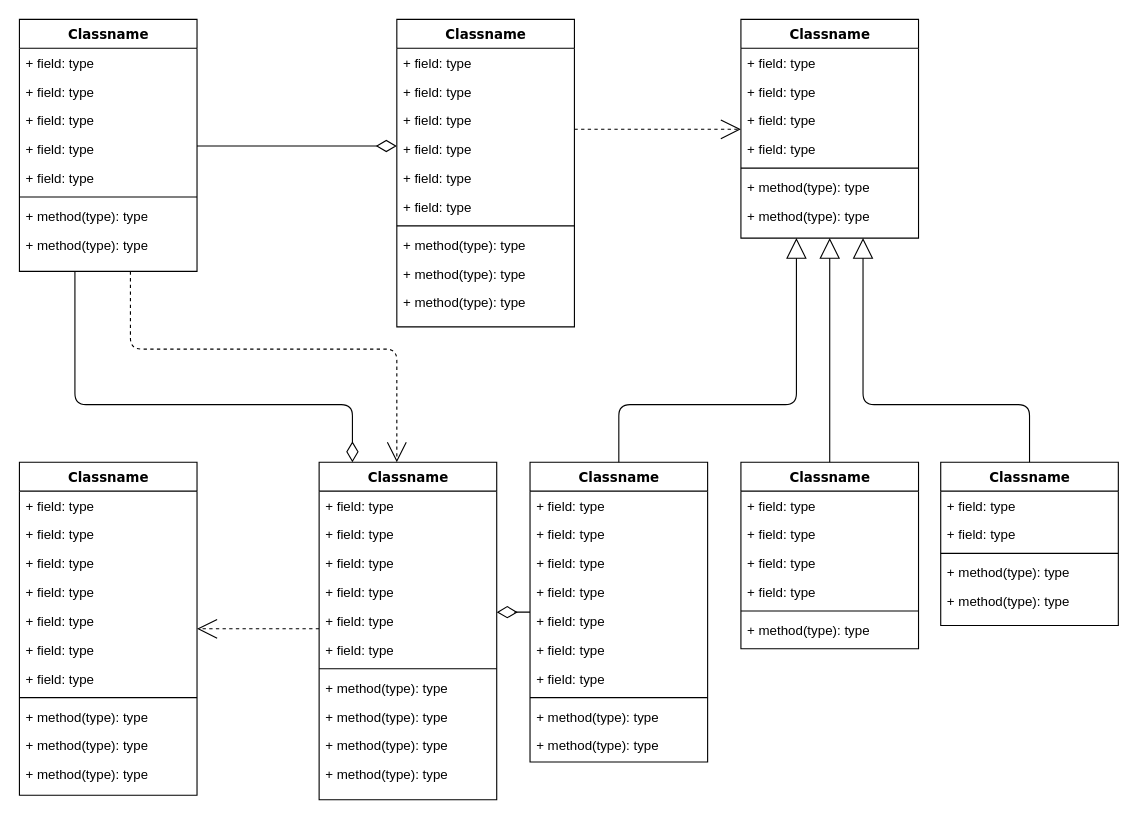
Above: page "Erpnext" (1 of 7) of erpnext/InSIST Insurance ERDiagram.drawio in InSIST-Global-Ltd/erpnext (draw.io), before the change. Source tidied: cells renumbered, new cells numbered last; positions are measured from the earlier drawing's top-left corner, leaving out a move shared by most shapes. Both pictures are drawn from the tidied source at 111%, with x=0, y=0 at pixel (19, 19).
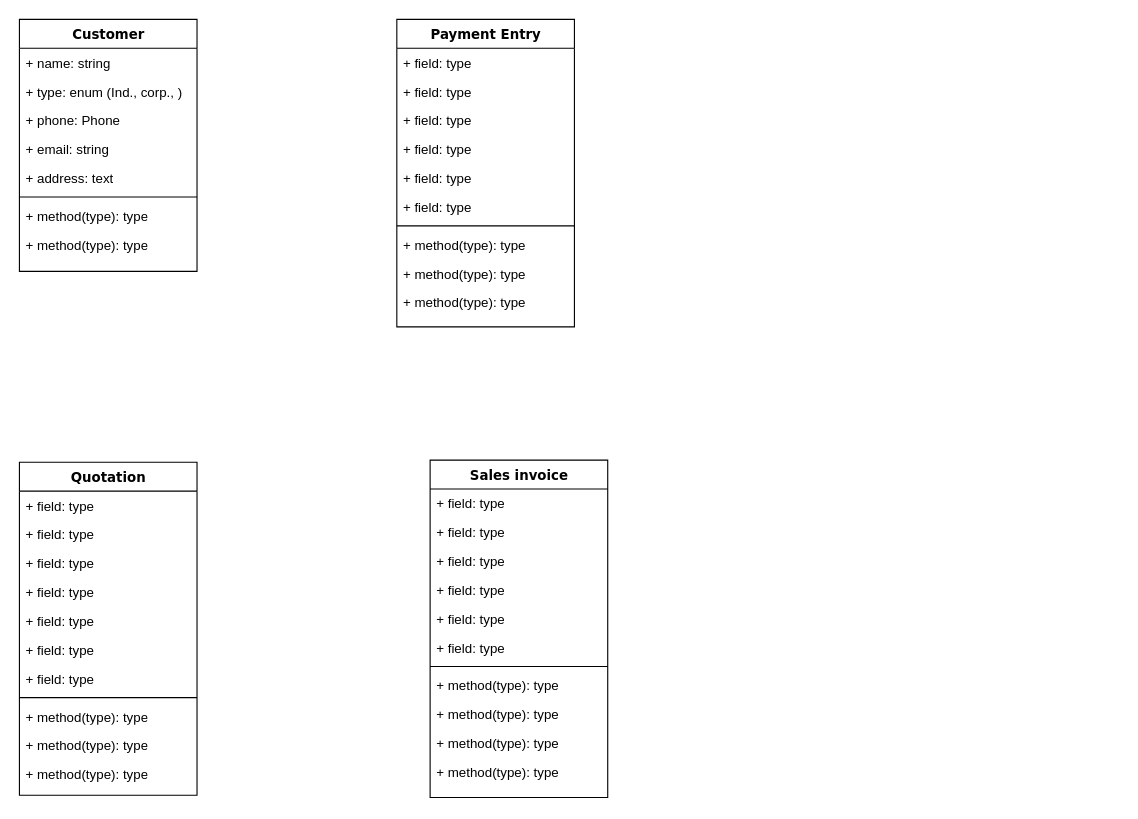
The same page after the edit.

Diff of the diagram source:
```diff
@@
-    <mxCell id="2" style="edgeStyle=orthogonalEdgeStyle;html=1;labelBackgroundColor=none;startFill=0;startSize=8;endArrow=open;endFill=0;endSize=16;fontFamily=Verdana;fontSize=12;dashed=1;" parent="1" edge="1" source="4" target="47">
-      <mxGeometry relative="1" as="geometry">
-        <Array as="points">
-          <mxPoint x="100" y="297" />
-          <mxPoint x="340" y="297" />
-        </Array>
-      </mxGeometry>
-    </mxCell>
-    <mxCell id="3" style="edgeStyle=orthogonalEdgeStyle;html=1;labelBackgroundColor=none;startFill=0;startSize=8;endArrow=diamondThin;endFill=0;endSize=16;fontFamily=Verdana;fontSize=12;" parent="1" edge="1" source="4" target="47">
-      <mxGeometry relative="1" as="geometry">
-        <Array as="points">
-          <mxPoint x="50" y="347" />
-          <mxPoint x="300" y="347" />
-        </Array>
-      </mxGeometry>
-    </mxCell>
-    <mxCell id="4" value="Classname" style="swimlane;html=1;fontStyle=1;align=center;verticalAlign=top;horizontal=1;startSize=26;swimlaneFillColor=#ffffff;rounded=0;shadow=0;comic=0;labelBackgroundColor=none;strokeWidth=1;fillColor=none;fontFamily=Verdana;fontSize=12;" parent="1" vertex="1">
+    <mxCell id="4" value="Customer" style="swimlane;html=1;fontStyle=1;align=center;verticalAlign=top;horizontal=1;startSize=26;swimlaneFillColor=#ffffff;rounded=0;shadow=0;comic=0;labelBackgroundColor=none;strokeWidth=1;fillColor=none;fontFamily=Verdana;fontSize=12;" parent="1" vertex="1">
       <mxGeometry width="160" height="227" as="geometry" />
     </mxCell>
-    <mxCell id="5" value="+ field: type" style="text;html=1;strokeColor=none;fillColor=none;align=left;verticalAlign=top;spacingLeft=4;spacingRight=4;whiteSpace=wrap;overflow=hidden;" parent="4" vertex="1">
+    <mxCell id="5" value="+ name: string" style="text;html=1;strokeColor=none;fillColor=none;align=left;verticalAlign=top;spacingLeft=4;spacingRight=4;whiteSpace=wrap;overflow=hidden;" parent="4" vertex="1">
       <mxGeometry y="26" width="160" height="26" as="geometry" />
     </mxCell>
-    <mxCell id="6" value="+ field: type" style="text;html=1;strokeColor=none;fillColor=none;align=left;verticalAlign=top;spacingLeft=4;spacingRight=4;whiteSpace=wrap;overflow=hidden;" parent="4" vertex="1">
+    <mxCell id="6" value="+ type: enum (Ind., corp., )" style="text;html=1;strokeColor=none;fillColor=none;align=left;verticalAlign=top;spacingLeft=4;spacingRight=4;whiteSpace=wrap;overflow=hidden;" parent="4" vertex="1">
       <mxGeometry y="52" width="160" height="26" as="geometry" />
     </mxCell>
-    <mxCell id="7" value="+ field: type" style="text;html=1;strokeColor=none;fillColor=none;align=left;verticalAlign=top;spacingLeft=4;spacingRight=4;whiteSpace=wrap;overflow=hidden;" parent="4" vertex="1">
+    <mxCell id="7" value="+ phone: Phone" style="text;html=1;strokeColor=none;fillColor=none;align=left;verticalAlign=top;spacingLeft=4;spacingRight=4;whiteSpace=wrap;overflow=hidden;" parent="4" vertex="1">
       <mxGeometry y="78" width="160" height="26" as="geometry" />
     </mxCell>
-    <mxCell id="8" value="+ field: type" style="text;html=1;strokeColor=none;fillColor=none;align=left;verticalAlign=top;spacingLeft=4;spacingRight=4;whiteSpace=wrap;overflow=hidden;" parent="4" vertex="1">
+    <mxCell id="8" value="+ email: string" style="text;html=1;strokeColor=none;fillColor=none;align=left;verticalAlign=top;spacingLeft=4;spacingRight=4;whiteSpace=wrap;overflow=hidden;" parent="4" vertex="1">
       <mxGeometry y="104" width="160" height="26" as="geometry" />
     </mxCell>
-    <mxCell id="9" value="+ field: type" style="text;html=1;strokeColor=none;fillColor=none;align=left;verticalAlign=top;spacingLeft=4;spacingRight=4;whiteSpace=wrap;overflow=hidden;" parent="4" vertex="1">
+    <mxCell id="9" value="+ address: text" style="text;html=1;strokeColor=none;fillColor=none;align=left;verticalAlign=top;spacingLeft=4;spacingRight=4;whiteSpace=wrap;overflow=hidden;" parent="4" vertex="1">
       <mxGeometry y="130" width="160" height="26" as="geometry" />
     </mxCell>
@@
-    <mxCell id="13" style="edgeStyle=elbowEdgeStyle;html=1;labelBackgroundColor=none;startFill=0;startSize=8;endArrow=open;endFill=0;endSize=16;fontFamily=Verdana;fontSize=12;elbow=vertical;dashed=1;" parent="1" edge="1" source="14" target="25">
-      <mxGeometry relative="1" as="geometry" />
-    </mxCell>
-    <mxCell id="14" value="Classname" style="swimlane;html=1;fontStyle=1;align=center;verticalAlign=top;horizontal=1;startSize=26;swimlaneFillColor=#ffffff;rounded=0;shadow=0;comic=0;labelBackgroundColor=none;strokeWidth=1;fillColor=none;fontFamily=Verdana;fontSize=12;" parent="1" vertex="1">
+    <mxCell id="14" value="Payment Entry" style="swimlane;html=1;fontStyle=1;align=center;verticalAlign=top;horizontal=1;startSize=26;swimlaneFillColor=#ffffff;rounded=0;shadow=0;comic=0;labelBackgroundColor=none;strokeWidth=1;fillColor=none;fontFamily=Verdana;fontSize=12;" parent="1" vertex="1">
       <mxGeometry x="340" width="160" height="277" as="geometry" />
     </mxCell>
@@
-    <mxCell id="25" value="Classname" style="swimlane;html=1;fontStyle=1;align=center;verticalAlign=top;horizontal=1;startSize=26;swimlaneFillColor=#ffffff;rounded=0;shadow=0;comic=0;labelBackgroundColor=none;strokeWidth=1;fillColor=none;fontFamily=Verdana;fontSize=12;" parent="1" vertex="1">
-      <mxGeometry x="650" width="160" height="197" as="geometry" />
-    </mxCell>
-    <mxCell id="26" value="+ field: type" style="text;html=1;strokeColor=none;fillColor=none;align=left;verticalAlign=top;spacingLeft=4;spacingRight=4;whiteSpace=wrap;overflow=hidden;" parent="25" vertex="1">
-      <mxGeometry y="26" width="160" height="26" as="geometry" />
-    </mxCell>
-    <mxCell id="27" value="+ field: type" style="text;html=1;strokeColor=none;fillColor=none;align=left;verticalAlign=top;spacingLeft=4;spacingRight=4;whiteSpace=wrap;overflow=hidden;" parent="25" vertex="1">
-      <mxGeometry y="52" width="160" height="26" as="geometry" />
-    </mxCell>
-    <mxCell id="28" value="+ field: type" style="text;html=1;strokeColor=none;fillColor=none;align=left;verticalAlign=top;spacingLeft=4;spacingRight=4;whiteSpace=wrap;overflow=hidden;" parent="25" vertex="1">
-      <mxGeometry y="78" width="160" height="26" as="geometry" />
-    </mxCell>
-    <mxCell id="29" value="+ field: type" style="text;html=1;strokeColor=none;fillColor=none;align=left;verticalAlign=top;spacingLeft=4;spacingRight=4;whiteSpace=wrap;overflow=hidden;" parent="25" vertex="1">
-      <mxGeometry y="104" width="160" height="26" as="geometry" />
-    </mxCell>
-    <mxCell id="30" style="line;html=1;strokeWidth=1;fillColor=none;align=left;verticalAlign=middle;spacingTop=-1;spacingLeft=3;spacingRight=3;labelPosition=right;" parent="25" vertex="1">
-      <mxGeometry y="130" width="160" height="8" as="geometry" />
-    </mxCell>
-    <mxCell id="31" value="+ method(type): type" style="text;html=1;strokeColor=none;fillColor=none;align=left;verticalAlign=top;spacingLeft=4;spacingRight=4;whiteSpace=wrap;overflow=hidden;" parent="25" vertex="1">
-      <mxGeometry y="138" width="160" height="26" as="geometry" />
-    </mxCell>
-    <mxCell id="32" value="+ method(type): type" style="text;html=1;strokeColor=none;fillColor=none;align=left;verticalAlign=top;spacingLeft=4;spacingRight=4;whiteSpace=wrap;overflow=hidden;" parent="25" vertex="1">
-      <mxGeometry y="164" width="160" height="26" as="geometry" />
-    </mxCell>
-    <mxCell id="33" style="edgeStyle=elbowEdgeStyle;html=1;labelBackgroundColor=none;startFill=0;startSize=8;endArrow=open;endFill=0;endSize=16;fontFamily=Verdana;fontSize=12;elbow=vertical;dashed=1;" parent="1" edge="1" source="47" target="34">
-      <mxGeometry relative="1" as="geometry" />
-    </mxCell>
-    <mxCell id="34" value="Classname" style="swimlane;html=1;fontStyle=1;align=center;verticalAlign=top;horizontal=1;startSize=26;swimlaneFillColor=#ffffff;rounded=0;shadow=0;comic=0;labelBackgroundColor=none;strokeWidth=1;fillColor=none;fontFamily=Verdana;fontSize=12;" parent="1" vertex="1">
+    <mxCell id="34" value="Quotation" style="swimlane;html=1;fontStyle=1;align=center;verticalAlign=top;horizontal=1;startSize=26;swimlaneFillColor=#ffffff;rounded=0;shadow=0;comic=0;labelBackgroundColor=none;strokeWidth=1;fillColor=none;fontFamily=Verdana;fontSize=12;" parent="1" vertex="1">
       <mxGeometry y="399" width="160" height="300" as="geometry" />
     </mxCell>
@@
-    <mxCell id="46" style="edgeStyle=elbowEdgeStyle;html=1;labelBackgroundColor=none;startFill=0;startSize=8;endArrow=diamondThin;endFill=0;endSize=16;fontFamily=Verdana;fontSize=12;elbow=vertical;" parent="1" edge="1" source="60" target="47">
-      <mxGeometry relative="1" as="geometry" />
-    </mxCell>
-    <mxCell id="47" value="Classname" style="swimlane;html=1;fontStyle=1;align=center;verticalAlign=top;horizontal=1;startSize=26;swimlaneFillColor=#ffffff;rounded=0;shadow=0;comic=0;labelBackgroundColor=none;strokeWidth=1;fillColor=none;fontFamily=Verdana;fontSize=12;" parent="1" vertex="1">
-      <mxGeometry x="270" y="399" width="160" height="304" as="geometry" />
+    <mxCell id="47" value="Sales invoice" style="swimlane;html=1;fontStyle=1;align=center;verticalAlign=top;horizontal=1;startSize=26;swimlaneFillColor=#ffffff;rounded=0;shadow=0;comic=0;labelBackgroundColor=none;strokeWidth=1;fillColor=none;fontFamily=Verdana;fontSize=12;" parent="1" vertex="1">
+      <mxGeometry x="370" y="397" width="160" height="304" as="geometry" />
     </mxCell>
@@
-    <mxCell id="59" style="edgeStyle=orthogonalEdgeStyle;html=1;labelBackgroundColor=none;startFill=0;startSize=8;endArrow=block;endFill=0;endSize=16;fontFamily=Verdana;fontSize=12;" parent="1" edge="1" source="60" target="25">
-      <mxGeometry relative="1" as="geometry">
-        <Array as="points">
-          <mxPoint x="540" y="347" />
-          <mxPoint x="700" y="347" />
-        </Array>
-      </mxGeometry>
-    </mxCell>
-    <mxCell id="60" value="Classname" style="swimlane;html=1;fontStyle=1;align=center;verticalAlign=top;horizontal=1;startSize=26;swimlaneFillColor=#ffffff;rounded=0;shadow=0;comic=0;labelBackgroundColor=none;strokeWidth=1;fillColor=none;fontFamily=Verdana;fontSize=12;" parent="1" vertex="1">
-      <mxGeometry x="460" y="399" width="160" height="270" as="geometry" />
-    </mxCell>
-    <mxCell id="61" value="+ field: type" style="text;html=1;strokeColor=none;fillColor=none;align=left;verticalAlign=top;spacingLeft=4;spacingRight=4;whiteSpace=wrap;overflow=hidden;" parent="60" vertex="1">
-      <mxGeometry y="26" width="160" height="26" as="geometry" />
-    </mxCell>
-    <mxCell id="62" value="+ field: type" style="text;html=1;strokeColor=none;fillColor=none;align=left;verticalAlign=top;spacingLeft=4;spacingRight=4;whiteSpace=wrap;overflow=hidden;" parent="60" vertex="1">
-      <mxGeometry y="52" width="160" height="26" as="geometry" />
-    </mxCell>
-    <mxCell id="63" value="+ field: type" style="text;html=1;strokeColor=none;fillColor=none;align=left;verticalAlign=top;spacingLeft=4;spacingRight=4;whiteSpace=wrap;overflow=hidden;" parent="60" vertex="1">
-      <mxGeometry y="78" width="160" height="26" as="geometry" />
-    </mxCell>
-    <mxCell id="64" value="+ field: type" style="text;html=1;strokeColor=none;fillColor=none;align=left;verticalAlign=top;spacingLeft=4;spacingRight=4;whiteSpace=wrap;overflow=hidden;" parent="60" vertex="1">
-      <mxGeometry y="104" width="160" height="26" as="geometry" />
-    </mxCell>
-    <mxCell id="65" value="+ field: type" style="text;html=1;strokeColor=none;fillColor=none;align=left;verticalAlign=top;spacingLeft=4;spacingRight=4;whiteSpace=wrap;overflow=hidden;" parent="60" vertex="1">
-      <mxGeometry y="130" width="160" height="26" as="geometry" />
-    </mxCell>
-    <mxCell id="66" value="+ field: type" style="text;html=1;strokeColor=none;fillColor=none;align=left;verticalAlign=top;spacingLeft=4;spacingRight=4;whiteSpace=wrap;overflow=hidden;" parent="60" vertex="1">
-      <mxGeometry y="156" width="160" height="26" as="geometry" />
-    </mxCell>
-    <mxCell id="67" value="+ field: type" style="text;html=1;strokeColor=none;fillColor=none;align=left;verticalAlign=top;spacingLeft=4;spacingRight=4;whiteSpace=wrap;overflow=hidden;" parent="60" vertex="1">
-      <mxGeometry y="182" width="160" height="26" as="geometry" />
-    </mxCell>
-    <mxCell id="68" style="line;html=1;strokeWidth=1;fillColor=none;align=left;verticalAlign=middle;spacingTop=-1;spacingLeft=3;spacingRight=3;labelPosition=right;" parent="60" vertex="1">
-      <mxGeometry y="208" width="160" height="8" as="geometry" />
-    </mxCell>
-    <mxCell id="69" value="+ method(type): type" style="text;html=1;strokeColor=none;fillColor=none;align=left;verticalAlign=top;spacingLeft=4;spacingRight=4;whiteSpace=wrap;overflow=hidden;" parent="60" vertex="1">
-      <mxGeometry y="216" width="160" height="26" as="geometry" />
-    </mxCell>
-    <mxCell id="70" value="+ method(type): type" style="text;html=1;strokeColor=none;fillColor=none;align=left;verticalAlign=top;spacingLeft=4;spacingRight=4;whiteSpace=wrap;overflow=hidden;" parent="60" vertex="1">
-      <mxGeometry y="242" width="160" height="26" as="geometry" />
-    </mxCell>
-    <mxCell id="71" style="edgeStyle=orthogonalEdgeStyle;html=1;labelBackgroundColor=none;startFill=0;startSize=8;endArrow=block;endFill=0;endSize=16;fontFamily=Verdana;fontSize=12;" parent="1" edge="1" source="72" target="25">
-      <mxGeometry relative="1" as="geometry" />
-    </mxCell>
-    <mxCell id="72" value="Classname" style="swimlane;html=1;fontStyle=1;align=center;verticalAlign=top;horizontal=1;startSize=26;swimlaneFillColor=#ffffff;rounded=0;shadow=0;comic=0;labelBackgroundColor=none;strokeWidth=1;fillColor=none;fontFamily=Verdana;fontSize=12;" parent="1" vertex="1">
-      <mxGeometry x="650" y="399" width="160" height="168" as="geometry" />
-    </mxCell>
-    <mxCell id="73" value="+ field: type" style="text;html=1;strokeColor=none;fillColor=none;align=left;verticalAlign=top;spacingLeft=4;spacingRight=4;whiteSpace=wrap;overflow=hidden;" parent="72" vertex="1">
-      <mxGeometry y="26" width="160" height="26" as="geometry" />
-    </mxCell>
-    <mxCell id="74" value="+ field: type" style="text;html=1;strokeColor=none;fillColor=none;align=left;verticalAlign=top;spacingLeft=4;spacingRight=4;whiteSpace=wrap;overflow=hidden;" parent="72" vertex="1">
-      <mxGeometry y="52" width="160" height="26" as="geometry" />
-    </mxCell>
-    <mxCell id="75" value="+ field: type" style="text;html=1;strokeColor=none;fillColor=none;align=left;verticalAlign=top;spacingLeft=4;spacingRight=4;whiteSpace=wrap;overflow=hidden;" parent="72" vertex="1">
-      <mxGeometry y="78" width="160" height="26" as="geometry" />
-    </mxCell>
-    <mxCell id="76" value="+ field: type" style="text;html=1;strokeColor=none;fillColor=none;align=left;verticalAlign=top;spacingLeft=4;spacingRight=4;whiteSpace=wrap;overflow=hidden;" parent="72" vertex="1">
-      <mxGeometry y="104" width="160" height="26" as="geometry" />
-    </mxCell>
-    <mxCell id="77" style="line;html=1;strokeWidth=1;fillColor=none;align=left;verticalAlign=middle;spacingTop=-1;spacingLeft=3;spacingRight=3;labelPosition=right;" parent="72" vertex="1">
-      <mxGeometry y="130" width="160" height="8" as="geometry" />
-    </mxCell>
-    <mxCell id="78" value="+ method(type): type" style="text;html=1;strokeColor=none;fillColor=none;align=left;verticalAlign=top;spacingLeft=4;spacingRight=4;whiteSpace=wrap;overflow=hidden;" parent="72" vertex="1">
-      <mxGeometry y="138" width="160" height="26" as="geometry" />
-    </mxCell>
-    <mxCell id="79" style="edgeStyle=orthogonalEdgeStyle;html=1;labelBackgroundColor=none;startFill=0;startSize=8;endArrow=block;endFill=0;endSize=16;fontFamily=Verdana;fontSize=12;" parent="1" edge="1" source="80" target="25">
-      <mxGeometry relative="1" as="geometry">
-        <Array as="points">
-          <mxPoint x="910" y="347" />
-          <mxPoint x="760" y="347" />
-        </Array>
-      </mxGeometry>
-    </mxCell>
-    <mxCell id="80" value="Classname" style="swimlane;html=1;fontStyle=1;align=center;verticalAlign=top;horizontal=1;startSize=26;swimlaneFillColor=#ffffff;rounded=0;shadow=0;comic=0;labelBackgroundColor=none;strokeWidth=1;fillColor=none;fontFamily=Verdana;fontSize=12;" parent="1" vertex="1">
-      <mxGeometry x="830" y="399" width="160" height="147" as="geometry" />
-    </mxCell>
-    <mxCell id="81" value="+ field: type" style="text;html=1;strokeColor=none;fillColor=none;align=left;verticalAlign=top;spacingLeft=4;spacingRight=4;whiteSpace=wrap;overflow=hidden;" parent="80" vertex="1">
-      <mxGeometry y="26" width="160" height="26" as="geometry" />
-    </mxCell>
-    <mxCell id="82" value="+ field: type" style="text;html=1;strokeColor=none;fillColor=none;align=left;verticalAlign=top;spacingLeft=4;spacingRight=4;whiteSpace=wrap;overflow=hidden;" parent="80" vertex="1">
-      <mxGeometry y="52" width="160" height="26" as="geometry" />
-    </mxCell>
-    <mxCell id="83" style="line;html=1;strokeWidth=1;fillColor=none;align=left;verticalAlign=middle;spacingTop=-1;spacingLeft=3;spacingRight=3;labelPosition=right;" parent="80" vertex="1">
-      <mxGeometry y="78" width="160" height="8" as="geometry" />
-    </mxCell>
-    <mxCell id="84" value="+ method(type): type" style="text;html=1;strokeColor=none;fillColor=none;align=left;verticalAlign=top;spacingLeft=4;spacingRight=4;whiteSpace=wrap;overflow=hidden;" parent="80" vertex="1">
-      <mxGeometry y="86" width="160" height="26" as="geometry" />
-    </mxCell>
-    <mxCell id="85" value="+ method(type): type" style="text;html=1;strokeColor=none;fillColor=none;align=left;verticalAlign=top;spacingLeft=4;spacingRight=4;whiteSpace=wrap;overflow=hidden;" parent="80" vertex="1">
-      <mxGeometry y="112" width="160" height="26" as="geometry" />
-    </mxCell>
-    <mxCell id="86" style="edgeStyle=elbowEdgeStyle;html=1;labelBackgroundColor=none;startFill=0;startSize=8;endArrow=diamondThin;endFill=0;endSize=16;fontFamily=Verdana;fontSize=12;elbow=vertical;" parent="1" edge="1" source="4" target="14">
-      <mxGeometry relative="1" as="geometry" />
-    </mxCell>
```
